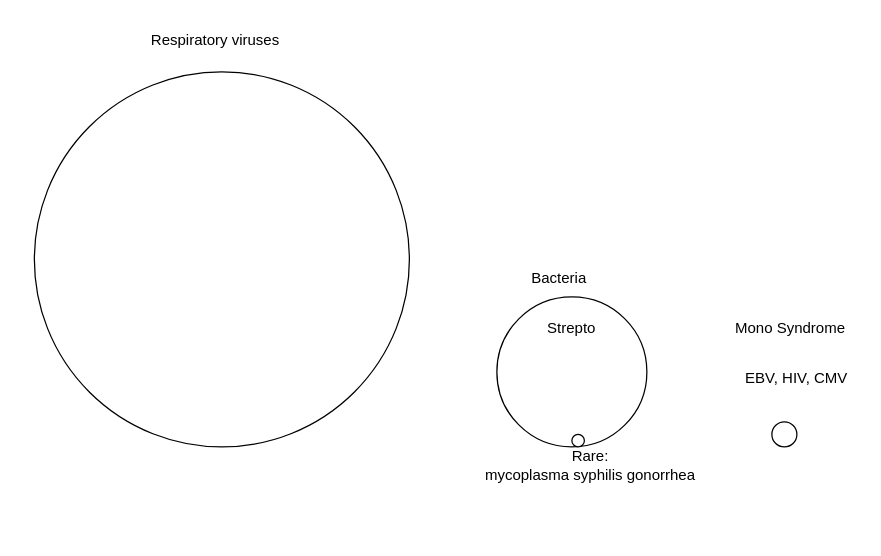
The draw.io diagram pharyngitis.drawio in lissa3/menubar, before the edit. Source tidied: cells renumbered, new cells numbered last; positions are measured from the earlier drawing's top-left corner, leaving out a move shared by most shapes. Both pictures are drawn from the tidied source at 125%, with x=0, y=0 at pixel (34, 21).
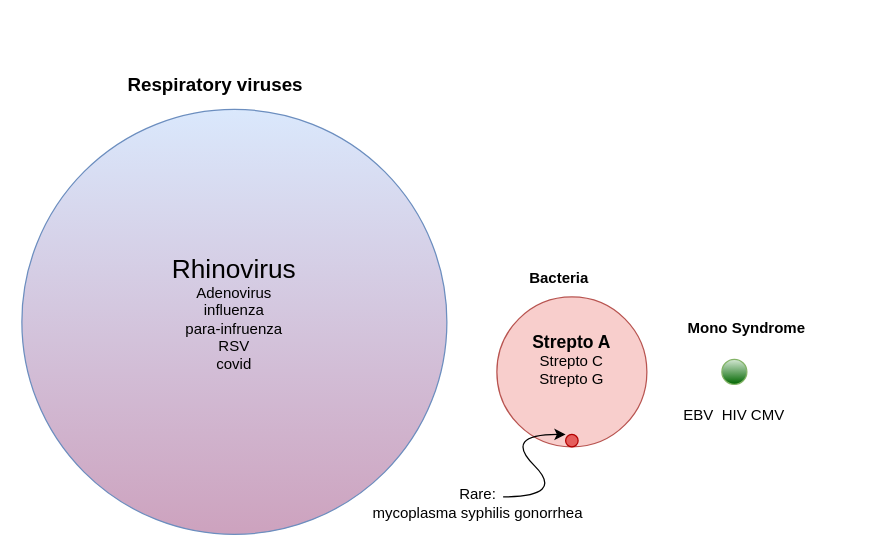
The same diagram, later.

What changed in the source:
```diff
@@
 <mxGraphModel>
   <root>
     <mxCell id="0" />
     <mxCell id="1" parent="0" />
-    <mxCell id="2" style="ellipse;whiteSpace=wrap;html=1;" parent="1" vertex="1">
-      <mxGeometry y="40" width="300" height="300" as="geometry" />
-    </mxCell>
-    <mxCell id="3" style="ellipse;whiteSpace=wrap;html=1;" parent="1" vertex="1">
+    <mxCell id="3" style="ellipse;whiteSpace=wrap;html=1;fillColor=#f8cecc;strokeColor=#b85450;" parent="1" vertex="1">
       <mxGeometry x="370" y="220" width="120" height="120" as="geometry" />
     </mxCell>
-    <mxCell id="4" style="ellipse;whiteSpace=wrap;html=1;" parent="1" vertex="1">
-      <mxGeometry x="590" y="320" width="20" height="20" as="geometry" />
+    <mxCell id="4" style="ellipse;whiteSpace=wrap;html=1;fillColor=#d5e8d4;strokeColor=#82b366;gradientColor=#006600;" parent="1" vertex="1">
+      <mxGeometry x="550" y="270" width="20" height="20" as="geometry" />
     </mxCell>
-    <mxCell id="5" value="Respiratory viruses" style="text;html=1;align=center;verticalAlign=middle;whiteSpace=wrap;rounded=0;" parent="1" vertex="1">
-      <mxGeometry x="70" width="150" height="30" as="geometry" />
+    <mxCell id="5" value="&lt;b&gt;&lt;font style=&quot;font-size: 15px;&quot;&gt;Respiratory viruses&lt;/font&gt;&lt;/b&gt;" style="text;html=1;align=center;verticalAlign=middle;whiteSpace=wrap;rounded=0;" parent="1" vertex="1">
+      <mxGeometry x="70" y="30" width="150" height="40" as="geometry" />
     </mxCell>
-    <mxCell id="6" value="Bacteria" style="text;html=1;align=center;verticalAlign=middle;whiteSpace=wrap;rounded=0;" parent="1" vertex="1">
+    <mxCell id="6" value="&lt;b&gt;Bacteria&lt;/b&gt;" style="text;html=1;align=center;verticalAlign=middle;whiteSpace=wrap;rounded=0;" parent="1" vertex="1">
       <mxGeometry x="390" y="190" width="60" height="30" as="geometry" />
     </mxCell>
-    <mxCell id="7" value="Mono Syndrome" style="text;html=1;align=center;verticalAlign=middle;whiteSpace=wrap;rounded=0;" parent="1" vertex="1">
-      <mxGeometry x="550" y="230" width="110" height="30" as="geometry" />
+    <mxCell id="7" value="&lt;b&gt;Mono Syndrome&lt;/b&gt;" style="text;html=1;align=center;verticalAlign=middle;whiteSpace=wrap;rounded=0;" parent="1" vertex="1">
+      <mxGeometry x="515" y="230" width="110" height="30" as="geometry" />
     </mxCell>
-    <mxCell id="8" value="EBV, HIV, CMV" style="text;html=1;align=center;verticalAlign=middle;whiteSpace=wrap;rounded=0;" parent="1" vertex="1">
-      <mxGeometry x="565" y="270" width="90" height="30" as="geometry" />
+    <mxCell id="8" value="EBV&amp;nbsp; HIV CMV" style="text;html=1;align=center;verticalAlign=middle;whiteSpace=wrap;rounded=0;" parent="1" vertex="1">
+      <mxGeometry x="515" y="300" width="90" height="30" as="geometry" />
     </mxCell>
-    <mxCell id="9" value="Strepto" style="text;html=1;align=center;verticalAlign=middle;whiteSpace=wrap;rounded=0;" parent="1" vertex="1">
-      <mxGeometry x="400" y="230" width="60" height="30" as="geometry" />
+    <mxCell id="9" value="&lt;b&gt;&lt;font style=&quot;font-size: 14px;&quot;&gt;Strepto A&lt;/font&gt;&lt;/b&gt;&lt;div&gt;Strepto C&lt;/div&gt;&lt;div&gt;Strepto G&lt;/div&gt;" style="text;html=1;align=center;verticalAlign=middle;whiteSpace=wrap;rounded=0;" parent="1" vertex="1">
+      <mxGeometry x="370" y="220" width="120" height="100" as="geometry" />
     </mxCell>
-    <mxCell id="10" style="ellipse;whiteSpace=wrap;html=1;" parent="1" vertex="1">
-      <mxGeometry x="430" y="330" width="10" height="10" as="geometry" />
+    <mxCell id="10" style="ellipse;whiteSpace=wrap;html=1;fillColor=#E55E5C;strokeColor=#B20000;fontColor=#ffffff;" parent="1" vertex="1">
+      <mxGeometry x="425" y="330" width="10" height="10" as="geometry" />
     </mxCell>
     <mxCell id="11" value="Rare: mycoplasma&amp;nbsp;&lt;span style=&quot;background-color: transparent; color: light-dark(rgb(0, 0, 0), rgb(255, 255, 255));&quot;&gt;syphilis&amp;nbsp;&lt;/span&gt;&lt;span style=&quot;background-color: transparent; color: light-dark(rgb(0, 0, 0), rgb(255, 255, 255));&quot;&gt;gonorrhea&lt;/span&gt;" style="text;html=1;align=center;verticalAlign=middle;whiteSpace=wrap;rounded=0;" parent="1" vertex="1">
-      <mxGeometry x="350" y="340" width="190" height="30" as="geometry" />
+      <mxGeometry x="260" y="370" width="190" height="30" as="geometry" />
     </mxCell>
+    <mxCell id="12" style="ellipse;whiteSpace=wrap;html=1;fillColor=#dae8fc;strokeColor=#6c8ebf;gradientColor=#CDA2BE;" parent="1" vertex="1">
+      <mxGeometry x="-10" y="70" width="340" height="340" as="geometry" />
+    </mxCell>
+    <mxCell id="13" value="&lt;font style=&quot;font-size: 21px;&quot;&gt;Rhinovirus&lt;/font&gt;&lt;div&gt;Adenovirus&lt;/div&gt;&lt;div&gt;influenza&lt;/div&gt;&lt;div&gt;para-infruenza&lt;/div&gt;&lt;div&gt;RSV&lt;/div&gt;&lt;div&gt;covid&lt;/div&gt;&lt;div&gt;&lt;br&gt;&lt;/div&gt;" style="text;html=1;align=center;verticalAlign=middle;whiteSpace=wrap;rounded=0;glass=0;" parent="1" vertex="1">
+      <mxGeometry x="40" y="120" width="240" height="240" as="geometry" />
+    </mxCell>
+    <mxCell id="14" style="curved=1;endArrow=classic;html=1;rounded=0;" parent="1" edge="1">
+      <mxGeometry relative="1" as="geometry">
+        <mxPoint x="375" y="380" as="sourcePoint" />
+        <mxPoint x="425" y="330" as="targetPoint" />
+        <Array as="points">
+          <mxPoint x="425" y="380" />
+          <mxPoint x="375" y="330" />
+        </Array>
+      </mxGeometry>
+    </mxCell>
   </root>
 </mxGraphModel>
```
